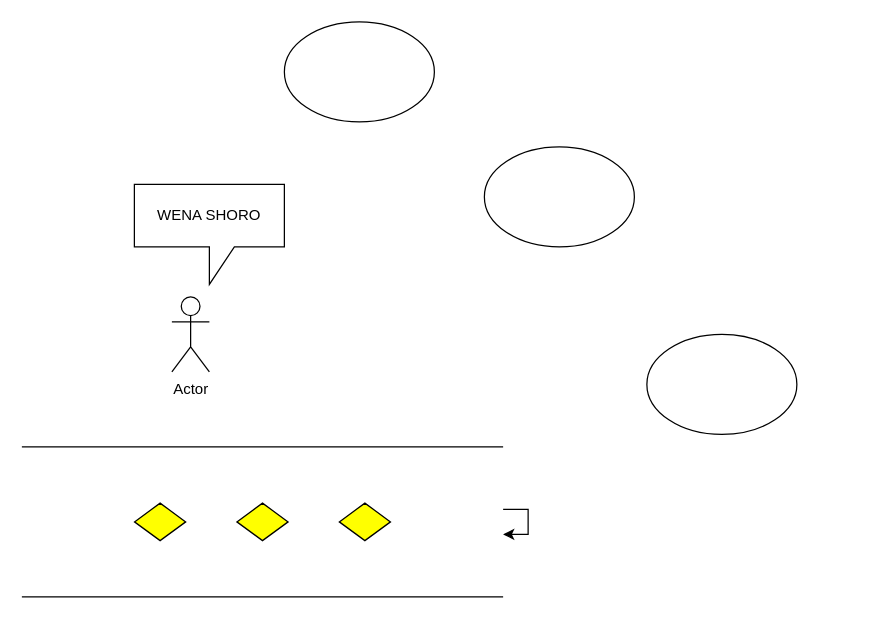
Before: Untitled Diagram.drawio in L1TnzO/Proyecto_ICC315, a draw.io diagram. Source tidied: cells renumbered, new cells numbered last; positions are measured from the earlier drawing's top-left corner, leaving out a move shared by most shapes. Both pictures are drawn from the tidied source at 125%, with x=0, y=0 at pixel (21, 21).
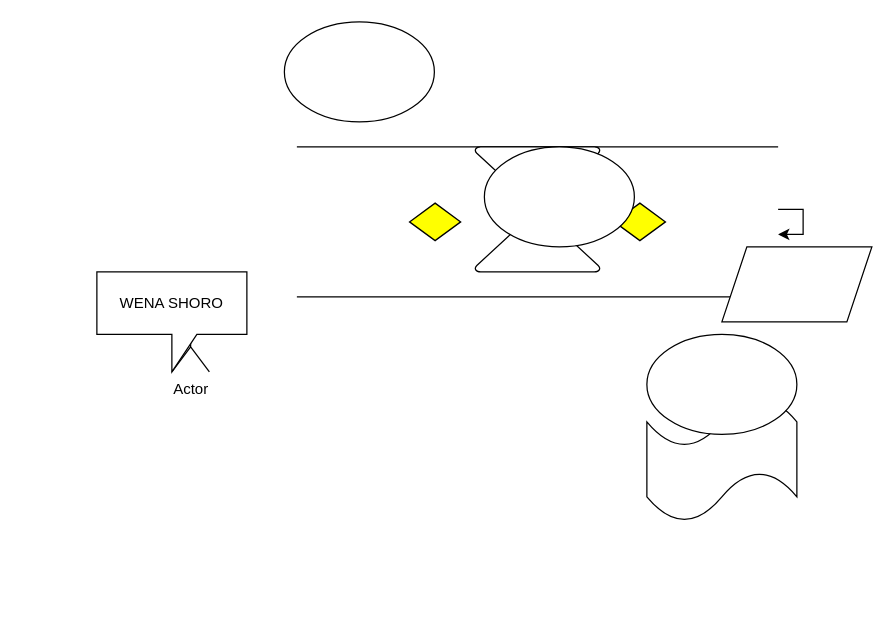
After the change.

Change to the diagram source:
```diff
@@
 <mxGraphModel>
   <root>
     <mxCell id="0" />
     <mxCell id="1" parent="0" />
     <mxCell id="2" style="verticalLabelPosition=bottom;verticalAlign=top;html=1;shape=mxgraph.flowchart.parallel_mode;" parent="1" vertex="1">
-      <mxGeometry y="340" width="385" height="120" as="geometry" />
+      <mxGeometry x="220" y="100" width="385" height="120" as="geometry" />
     </mxCell>
     <mxCell id="3" value="Actor" style="shape=umlActor;verticalLabelPosition=bottom;verticalAlign=top;html=1;" parent="1" vertex="1">
       <mxGeometry x="120" y="220" width="30" height="60" as="geometry" />
     </mxCell>
     <mxCell id="4" style="edgeStyle=orthogonalEdgeStyle;rounded=0;orthogonalLoop=1;jettySize=auto;html=1;" parent="1" edge="1" source="2" target="2">
       <mxGeometry relative="1" as="geometry" />
     </mxCell>
     <mxCell id="5" value="WENA SHORO" style="shape=callout;whiteSpace=wrap;html=1;perimeter=calloutPerimeter;" parent="1" vertex="1">
-      <mxGeometry x="90" y="130" width="120" height="80" as="geometry" />
+      <mxGeometry x="60" y="200" width="120" height="80" as="geometry" />
     </mxCell>
+    <mxCell id="9" style="shape=parallelogram;perimeter=parallelogramPerimeter;whiteSpace=wrap;html=1;fixedSize=1;" parent="1" vertex="1">
+      <mxGeometry x="560" y="180" width="120" height="60" as="geometry" />
+    </mxCell>
+    <mxCell id="10" style="verticalLabelPosition=bottom;verticalAlign=top;html=1;shape=mxgraph.flowchart.collate;" parent="1" vertex="1">
+      <mxGeometry x="362.5" y="100" width="100" height="100" as="geometry" />
+    </mxCell>
+    <mxCell id="11" style="shape=tape;whiteSpace=wrap;html=1;" parent="1" vertex="1">
+      <mxGeometry x="500" y="300" width="120" height="100" as="geometry" />
+    </mxCell>
     <mxCell id="6" style="ellipse;whiteSpace=wrap;html=1;" parent="1" vertex="1">
       <mxGeometry x="370" y="100" width="120" height="80" as="geometry" />
     </mxCell>
     <mxCell id="7" style="ellipse;whiteSpace=wrap;html=1;" parent="1" vertex="1">
       <mxGeometry x="210" width="120" height="80" as="geometry" />
     </mxCell>
     <mxCell id="8" style="ellipse;whiteSpace=wrap;html=1;" parent="1" vertex="1">
       <mxGeometry x="500" y="250" width="120" height="80" as="geometry" />
     </mxCell>
   </root>
 </mxGraphModel>
```
